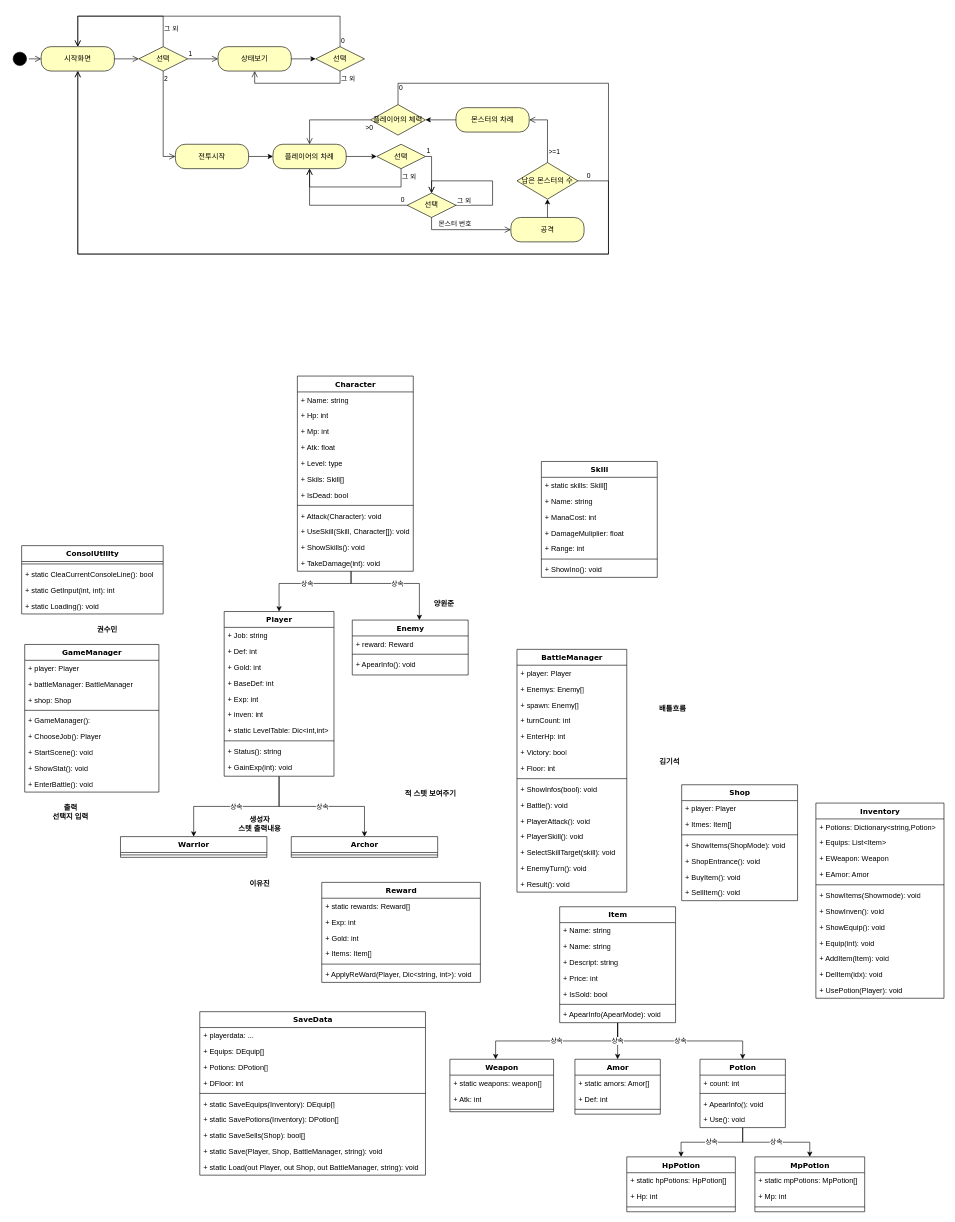
Earlier version of the draw.io diagram Class.drawio (Kim-giseok/TxtRPG2). Source tidied: cells renumbered, new cells numbered last; positions are measured from the earlier drawing's top-left corner, leaving out a move shared by most shapes. Both pictures are drawn from the tidied source at 61%, with x=0, y=0 at pixel (10, 16).
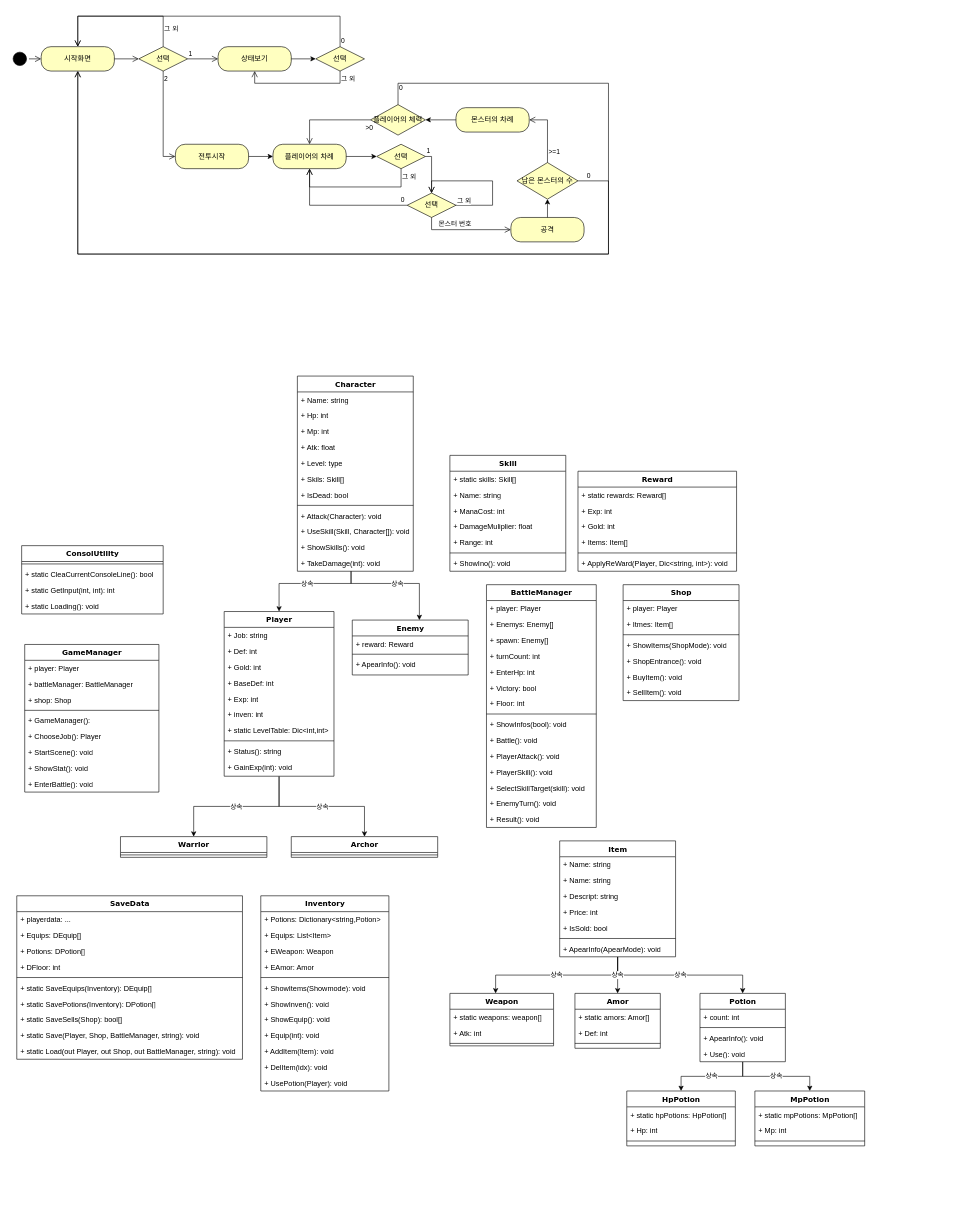
The same diagram, later.

Diff of the diagram source:
```diff
@@
     <mxCell id="63" value="BattleManager" style="swimlane;html=1;fontStyle=1;align=center;verticalAlign=top;horizontal=1;startSize=26;swimlaneFillColor=#ffffff;rounded=0;shadow=0;comic=0;labelBackgroundColor=none;strokeWidth=1;fillColor=none;fontFamily=Verdana;fontSize=12;" parent="1" vertex="1">
-      <mxGeometry x="830" y="1038" width="180" height="398" as="geometry" />
+      <mxGeometry x="780" y="932" width="180" height="398" as="geometry" />
     </mxCell>
@@
-    <mxCell id="79" value="양원준" style="text;align=center;fontStyle=1;verticalAlign=middle;spacingLeft=3;spacingRight=3;strokeColor=none;html=1;" parent="1" vertex="1">
-      <mxGeometry x="670" y="950" width="80" height="26" as="geometry" />
-    </mxCell>
-    <mxCell id="80" value="이유진" style="text;align=center;fontStyle=1;verticalAlign=middle;spacingLeft=3;spacingRight=3;strokeColor=none;html=1;" parent="1" vertex="1">
-      <mxGeometry x="368" y="1410" width="80" height="26" as="geometry" />
-    </mxCell>
-    <mxCell id="81" value="권수민" style="text;align=center;fontStyle=1;verticalAlign=middle;spacingLeft=3;spacingRight=3;strokeColor=none;html=1;" parent="1" vertex="1">
-      <mxGeometry x="118" y="993" width="80" height="26" as="geometry" />
-    </mxCell>
-    <mxCell id="82" value="김기석" style="text;align=center;fontStyle=1;verticalAlign=middle;spacingLeft=3;spacingRight=3;strokeColor=none;html=1;" parent="1" vertex="1">
-      <mxGeometry x="1040" y="1210" width="80" height="26" as="geometry" />
-    </mxCell>
-    <mxCell id="83" value="출력&lt;div&gt;선택지 입력&lt;/div&gt;" style="text;align=center;fontStyle=1;verticalAlign=middle;spacingLeft=3;spacingRight=3;strokeColor=none;html=1;" parent="1" vertex="1">
-      <mxGeometry x="15" y="1280" width="165" height="50" as="geometry" />
-    </mxCell>
-    <mxCell id="84" value="생성자&lt;div&gt;스텟 출력내용&lt;/div&gt;" style="text;align=center;fontStyle=1;verticalAlign=middle;spacingLeft=3;spacingRight=3;strokeColor=none;html=1;" parent="1" vertex="1">
-      <mxGeometry x="325.5" y="1300" width="165" height="50" as="geometry" />
-    </mxCell>
-    <mxCell id="85" value="적 스텟 보여주기" style="text;align=center;fontStyle=1;verticalAlign=middle;spacingLeft=3;spacingRight=3;strokeColor=none;html=1;" parent="1" vertex="1">
-      <mxGeometry x="605.5" y="1250" width="165" height="50" as="geometry" />
-    </mxCell>
-    <mxCell id="86" value="배틀흐름" style="text;align=center;fontStyle=1;verticalAlign=middle;spacingLeft=3;spacingRight=3;strokeColor=none;html=1;" parent="1" vertex="1">
-      <mxGeometry x="1020" y="1120" width="130" height="30" as="geometry" />
-    </mxCell>
@@
     <mxCell id="111" value="Skill" style="swimlane;html=1;fontStyle=1;align=center;verticalAlign=top;horizontal=1;startSize=26;swimlaneFillColor=#ffffff;rounded=0;shadow=0;comic=0;labelBackgroundColor=none;strokeWidth=1;fillColor=none;fontFamily=Verdana;fontSize=12;" parent="1" vertex="1">
-      <mxGeometry x="870" y="730" width="190" height="190" as="geometry" />
+      <mxGeometry x="720" y="720" width="190" height="190" as="geometry" />
     </mxCell>
@@
     <mxCell id="119" value="상속" style="edgeStyle=orthogonalEdgeStyle;rounded=0;jettySize=auto;html=1;" parent="1" edge="1" source="122" target="130">
       <mxGeometry relative="1" as="geometry">
         <Array as="points">
-          <mxPoint x="995" y="1680" />
-          <mxPoint x="795" y="1680" />
+          <mxPoint x="995" y="1572" />
+          <mxPoint x="795" y="1572" />
         </Array>
       </mxGeometry>
     </mxCell>
     <mxCell id="120" value="상속" style="edgeStyle=orthogonalEdgeStyle;rounded=0;jettySize=auto;html=1;" parent="1" edge="1" source="122" target="136">
       <mxGeometry relative="1" as="geometry">
         <Array as="points">
-          <mxPoint x="995" y="1680" />
-          <mxPoint x="1200" y="1680" />
+          <mxPoint x="995" y="1572" />
+          <mxPoint x="1200" y="1572" />
         </Array>
       </mxGeometry>
     </mxCell>
@@
     <mxCell id="122" value="Item" style="swimlane;html=1;fontStyle=1;align=center;verticalAlign=top;horizontal=1;startSize=26;swimlaneFillColor=#ffffff;rounded=0;shadow=0;comic=0;labelBackgroundColor=none;strokeWidth=1;fillColor=none;fontFamily=Verdana;fontSize=12;" parent="1" vertex="1">
-      <mxGeometry x="900" y="1460" width="190" height="190" as="geometry" />
+      <mxGeometry x="900" y="1352" width="190" height="190" as="geometry" />
     </mxCell>
@@
     <mxCell id="130" value="Weapon" style="swimlane;html=1;fontStyle=1;align=center;verticalAlign=top;horizontal=1;startSize=26;swimlaneFillColor=#ffffff;rounded=0;shadow=0;comic=0;labelBackgroundColor=none;strokeWidth=1;fillColor=none;fontFamily=Verdana;fontSize=12;" parent="1" vertex="1">
-      <mxGeometry x="720" y="1710" width="170" height="86" as="geometry" />
+      <mxGeometry x="720" y="1602" width="170" height="86" as="geometry" />
     </mxCell>
@@
     <mxCell id="136" value="Potion" style="swimlane;html=1;fontStyle=1;align=center;verticalAlign=top;horizontal=1;startSize=26;swimlaneFillColor=#ffffff;rounded=0;shadow=0;comic=0;labelBackgroundColor=none;strokeWidth=1;fillColor=none;fontFamily=Verdana;fontSize=12;" parent="1" vertex="1">
-      <mxGeometry x="1130" y="1710" width="140" height="112" as="geometry" />
+      <mxGeometry x="1130" y="1602" width="140" height="112" as="geometry" />
     </mxCell>
@@
     <mxCell id="141" value="Shop" style="swimlane;html=1;fontStyle=1;align=center;verticalAlign=top;horizontal=1;startSize=26;swimlaneFillColor=#ffffff;rounded=0;shadow=0;comic=0;labelBackgroundColor=none;strokeWidth=1;fillColor=none;fontFamily=Verdana;fontSize=12;" parent="1" vertex="1">
-      <mxGeometry x="1100" y="1260" width="190" height="190" as="geometry" />
+      <mxGeometry x="1004" y="932" width="190" height="190" as="geometry" />
     </mxCell>
@@
     <mxCell id="149" value="Amor" style="swimlane;html=1;fontStyle=1;align=center;verticalAlign=top;horizontal=1;startSize=26;swimlaneFillColor=#ffffff;rounded=0;shadow=0;comic=0;labelBackgroundColor=none;strokeWidth=1;fillColor=none;fontFamily=Verdana;fontSize=12;" parent="1" vertex="1">
-      <mxGeometry x="925" y="1710" width="140" height="90" as="geometry" />
+      <mxGeometry x="925" y="1602" width="140" height="90" as="geometry" />
     </mxCell>
@@
     <mxCell id="153" value="Inventory" style="swimlane;html=1;fontStyle=1;align=center;verticalAlign=top;horizontal=1;startSize=26;swimlaneFillColor=#ffffff;rounded=0;shadow=0;comic=0;labelBackgroundColor=none;strokeWidth=1;fillColor=none;fontFamily=Verdana;fontSize=12;" parent="1" vertex="1">
-      <mxGeometry x="1320" y="1290" width="210" height="320" as="geometry" />
+      <mxGeometry x="410" y="1442" width="210" height="320" as="geometry" />
     </mxCell>
@@
     <mxCell id="166" value="HpPotion" style="swimlane;html=1;fontStyle=1;align=center;verticalAlign=top;horizontal=1;startSize=26;swimlaneFillColor=#ffffff;rounded=0;shadow=0;comic=0;labelBackgroundColor=none;strokeWidth=1;fillColor=none;fontFamily=Verdana;fontSize=12;" parent="1" vertex="1">
-      <mxGeometry x="1010" y="1870" width="178" height="90" as="geometry" />
+      <mxGeometry x="1010" y="1762" width="178" height="90" as="geometry" />
     </mxCell>
@@
     <mxCell id="170" value="MpPotion" style="swimlane;html=1;fontStyle=1;align=center;verticalAlign=top;horizontal=1;startSize=26;swimlaneFillColor=#ffffff;rounded=0;shadow=0;comic=0;labelBackgroundColor=none;strokeWidth=1;fillColor=none;fontFamily=Verdana;fontSize=12;" parent="1" vertex="1">
-      <mxGeometry x="1220" y="1870" width="180" height="90" as="geometry" />
+      <mxGeometry x="1220" y="1762" width="180" height="90" as="geometry" />
     </mxCell>
@@
     <mxCell id="174" value="SaveData" style="swimlane;html=1;fontStyle=1;align=center;verticalAlign=top;horizontal=1;startSize=26;swimlaneFillColor=#ffffff;rounded=0;shadow=0;comic=0;labelBackgroundColor=none;strokeWidth=1;fillColor=none;fontFamily=Verdana;fontSize=12;" parent="1" vertex="1">
-      <mxGeometry x="310" y="1632" width="370" height="268" as="geometry" />
+      <mxGeometry x="10" y="1442" width="370" height="268" as="geometry" />
     </mxCell>
@@
     <mxCell id="185" value="Reward" style="swimlane;html=1;fontStyle=1;align=center;verticalAlign=top;horizontal=1;startSize=26;swimlaneFillColor=#ffffff;rounded=0;shadow=0;comic=0;labelBackgroundColor=none;strokeWidth=1;fillColor=none;fontFamily=Verdana;fontSize=12;" parent="1" vertex="1">
-      <mxGeometry x="510" y="1420" width="260" height="164" as="geometry" />
+      <mxGeometry x="930" y="746" width="260" height="164" as="geometry" />
     </mxCell>
```
